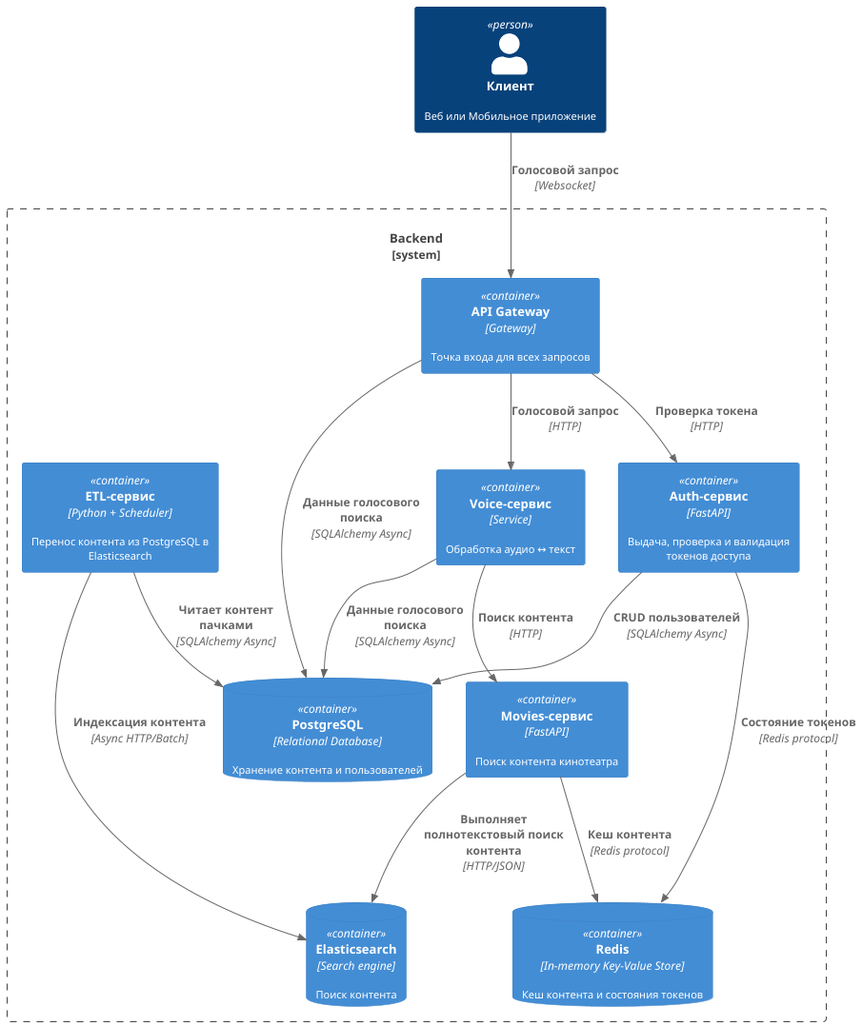
Earlier version of the PlantUML export docs/project/project_scheme.png (AMinnigaliev/cinema_assistant).
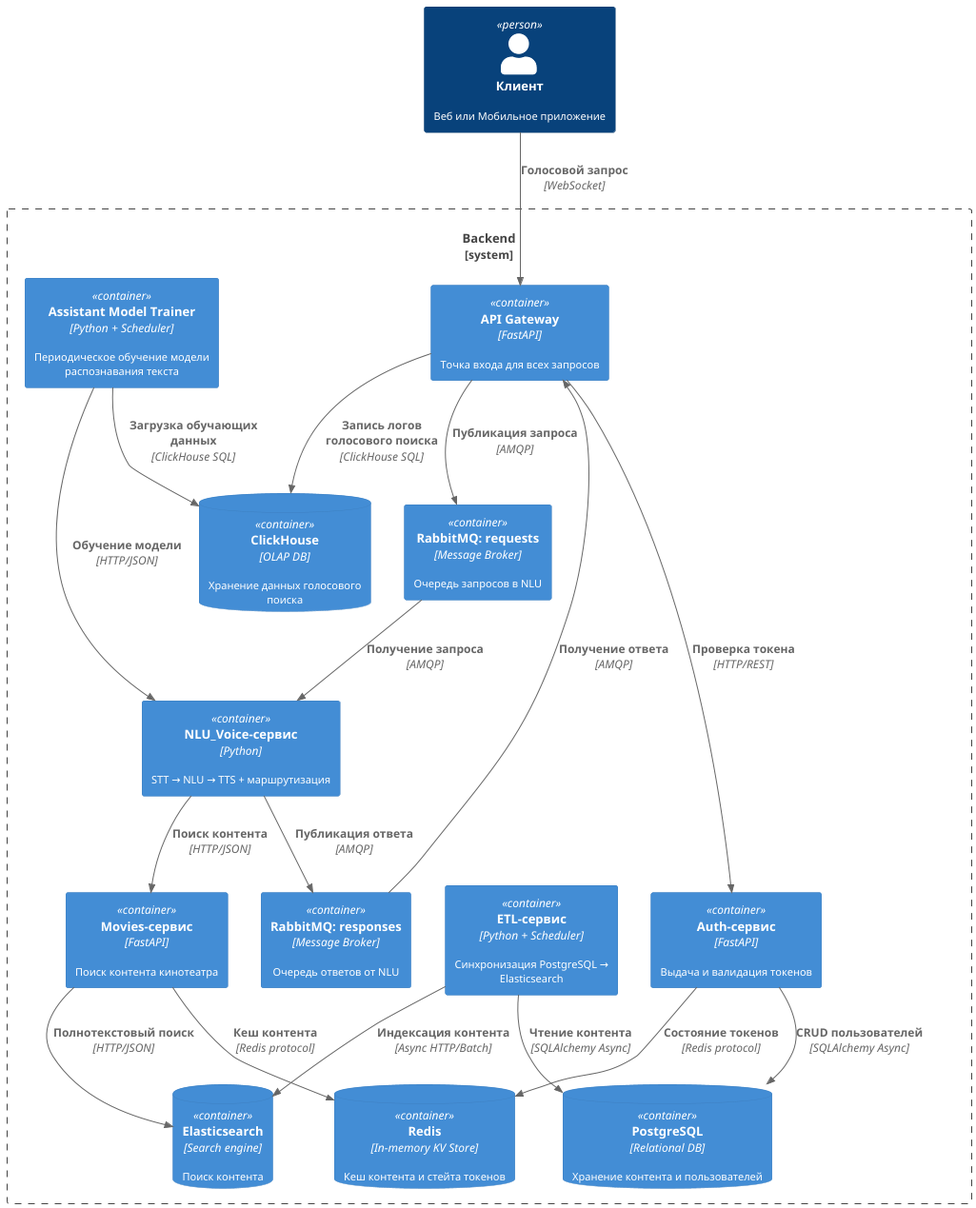
Above is the later version.

The edit, as a diff of the source:
```diff
@@ -6,37 +6,50 @@
 Person(client, "Клиент", "Веб или Мобильное приложение")
 
 System_Boundary(backend, "Backend") {
-    Container(api_gateway, "API Gateway", "Gateway", "Точка входа для всех запросов")
+    Container(api_gateway, "API Gateway", "FastAPI", "Точка входа для всех запросов")
 
-    Container(voice_service, "Voice-сервис", "Service", "Обработка аудио ↔ текст")
+    Container(nlu_voice_service, "NLU_Voice‑сервис", "Python", "STT → NLU → TTS + маршрутизация")
 
-    Container(auth_service, "Auth-сервис", "FastAPI", "Выдача, проверка и валидация токенов доступа")
+    Container(auth_service, "Auth‑сервис", "FastAPI", "Выдача и валидация токенов")
 
-    Container(movies_service, "Movies-сервис", "FastAPI", "Поиск контента кинотеатра")
+    Container(movies_service, "Movies‑сервис", "FastAPI", "Поиск контента кинотеатра")
 
-    Container(etl, "ETL-сервис", "Python + Scheduler", "Перенос контента из PostgreSQL в Elasticsearch")
+    Container(etl, "ETL‑сервис", "Python + Scheduler", "Синхронизация PostgreSQL → Elasticsearch")
 
-    ContainerDb(redis, "Redis", "In-memory Key-Value Store", "Кеш контента и состояния токенов")
-    ContainerDb(postgres, "PostgreSQL", "Relational Database", "Хранение контента и пользователей")
+    Container(scheduler, "Assistant Model Trainer", "Python + Scheduler", "Периодическое обучение модели распознавания текста")
+
+    Container(queue_req, "RabbitMQ: requests", "Message Broker", "Очередь запросов в NLU")
+    Container(queue_res, "RabbitMQ: responses", "Message Broker", "Очередь ответов от NLU")
+
+    ContainerDb(redis, "Redis", "In‑memory KV Store", "Кеш контента и стейта токенов")
+    ContainerDb(postgres, "PostgreSQL", "Relational DB", "Хранение контента и пользователей")
     ContainerDb(elastic, "Elasticsearch", "Search engine", "Поиск контента")
+    ContainerDb(clickhouse, "ClickHouse", "OLAP DB", "Хранение данных голосового поиска")
 }
 
-Rel(client, api_gateway, "Голосовой запрос", "Websocket")
+Rel(client, api_gateway, "Голосовой запрос", "WebSocket")
 
-Rel(api_gateway, voice_service, "Голосовой запрос", "HTTP")
-Rel(api_gateway, auth_service, "Проверка токена", "HTTP")
-Rel(api_gateway, postgres, "Данные голосового поиска", "SQLAlchemy Async")
+Rel(api_gateway, queue_req, "Публикация запроса", "AMQP")
+Rel(queue_req, nlu_voice_service, "Получение запроса", "AMQP")
+Rel(nlu_voice_service, queue_res, "Публикация ответа", "AMQP")
+Rel(queue_res, api_gateway, "Получение ответа", "AMQP")
 
-Rel(voice_service, movies_service, "Поиск контента", "HTTP")
-Rel(voice_service, postgres, "Данные голосового поиска", "SQLAlchemy Async")
+Rel(api_gateway, auth_service, "Проверка токена", "HTTP/REST")
+
+Rel(api_gateway, clickhouse, "Запись логов голосового поиска", "ClickHouse SQL")
+
+Rel(nlu_voice_service, movies_service, "Поиск контента", "HTTP/JSON")
+
+Rel(scheduler, clickhouse, "Загрузка обучающих данных", "ClickHouse SQL")
+Rel(scheduler, nlu_voice_service, "Обучение модели", "HTTP/JSON")
 
 Rel(movies_service, redis, "Кеш контента", "Redis protocol")
-Rel(movies_service, elastic, "Выполняет полнотекстовый поиск контента", "HTTP/JSON")
+Rel(movies_service, elastic, "Полнотекстовый поиск", "HTTP/JSON")
 
 Rel(auth_service, redis, "Состояние токенов", "Redis protocol")
 Rel(auth_service, postgres, "CRUD пользователей", "SQLAlchemy Async")
 
-Rel(etl, postgres, "Читает контент пачками", "SQLAlchemy Async")
+Rel(etl, postgres, "Чтение контента", "SQLAlchemy Async")
 Rel(etl, elastic, "Индексация контента", "Async HTTP/Batch")
 
 @enduml
```
